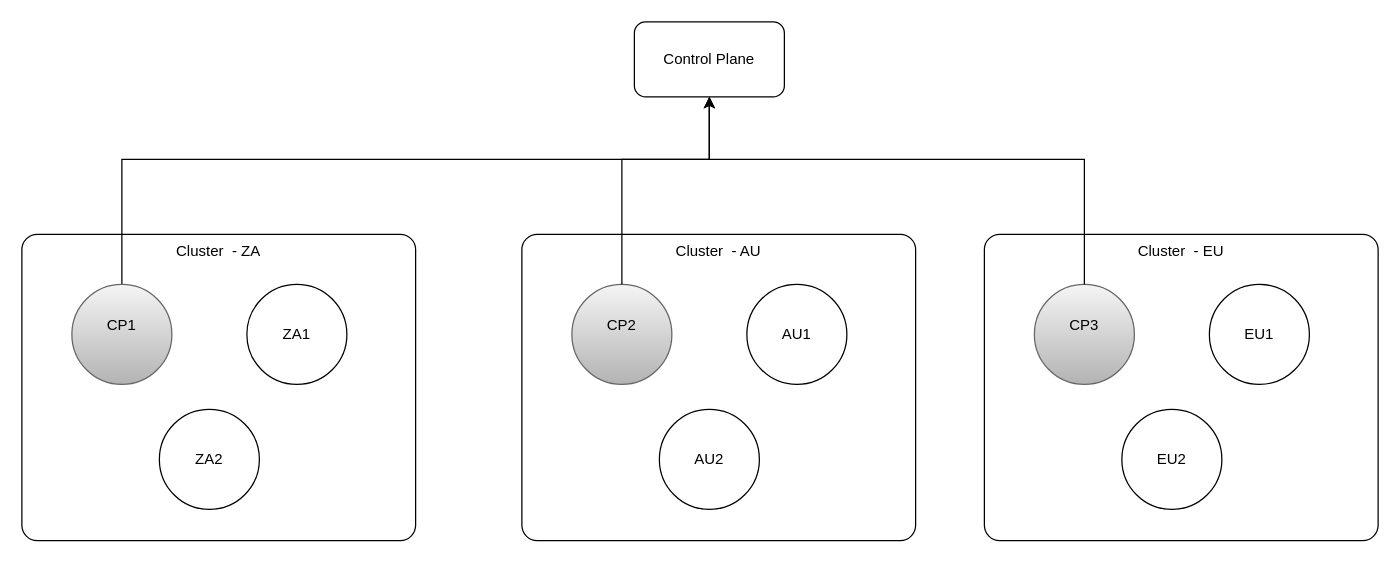
This is page "Copy of System Architecture" (3 of 4) of demos/01-dictionary/docs/v3-architecture/linebookerv3-arch.drawio from jthomas78/nats-tech-lab, a draw.io file, before an edit. Source tidied: cells renumbered, new cells numbered last; positions are measured from the earlier drawing's top-left corner, leaving out a move shared by most shapes. Both pictures are drawn from the tidied source at 125%, with x=0, y=0 at pixel (21, 21).
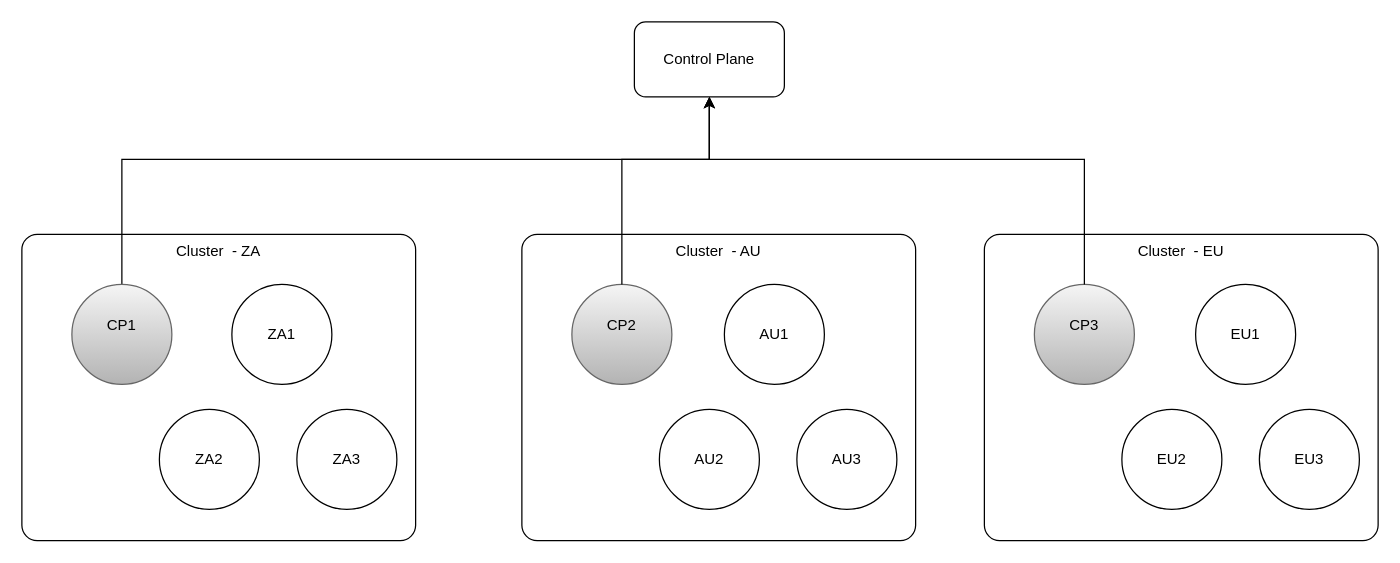
The same page after the edit.

What changed in the source:
```diff
@@
     <mxCell id="6" value="ZA1" style="ellipse;whiteSpace=wrap;html=1;shapeInside=1;" parent="1" vertex="1">
-      <mxGeometry x="180" y="210" width="80" height="80" as="geometry" />
+      <mxGeometry x="168" y="210" width="80" height="80" as="geometry" />
     </mxCell>
@@
     <mxCell id="10" value="AU1" style="ellipse;whiteSpace=wrap;html=1;shapeInside=1;" parent="1" vertex="1">
-      <mxGeometry x="580" y="210" width="80" height="80" as="geometry" />
+      <mxGeometry x="562" y="210" width="80" height="80" as="geometry" />
     </mxCell>
@@
     <mxCell id="14" value="EU1" style="ellipse;whiteSpace=wrap;html=1;shapeInside=1;" parent="1" vertex="1">
-      <mxGeometry x="950" y="210" width="80" height="80" as="geometry" />
+      <mxGeometry x="939" y="210" width="80" height="80" as="geometry" />
     </mxCell>
@@
+    <mxCell id="18" value="ZA3" style="ellipse;whiteSpace=wrap;html=1;shapeInside=1;" parent="1" vertex="1">
+      <mxGeometry x="220" y="310" width="80" height="80" as="geometry" />
+    </mxCell>
+    <mxCell id="19" value="AU3" style="ellipse;whiteSpace=wrap;html=1;shapeInside=1;" parent="1" vertex="1">
+      <mxGeometry x="620" y="310" width="80" height="80" as="geometry" />
+    </mxCell>
+    <mxCell id="20" value="EU3" style="ellipse;whiteSpace=wrap;html=1;shapeInside=1;" parent="1" vertex="1">
+      <mxGeometry x="990" y="310" width="80" height="80" as="geometry" />
+    </mxCell>
```
